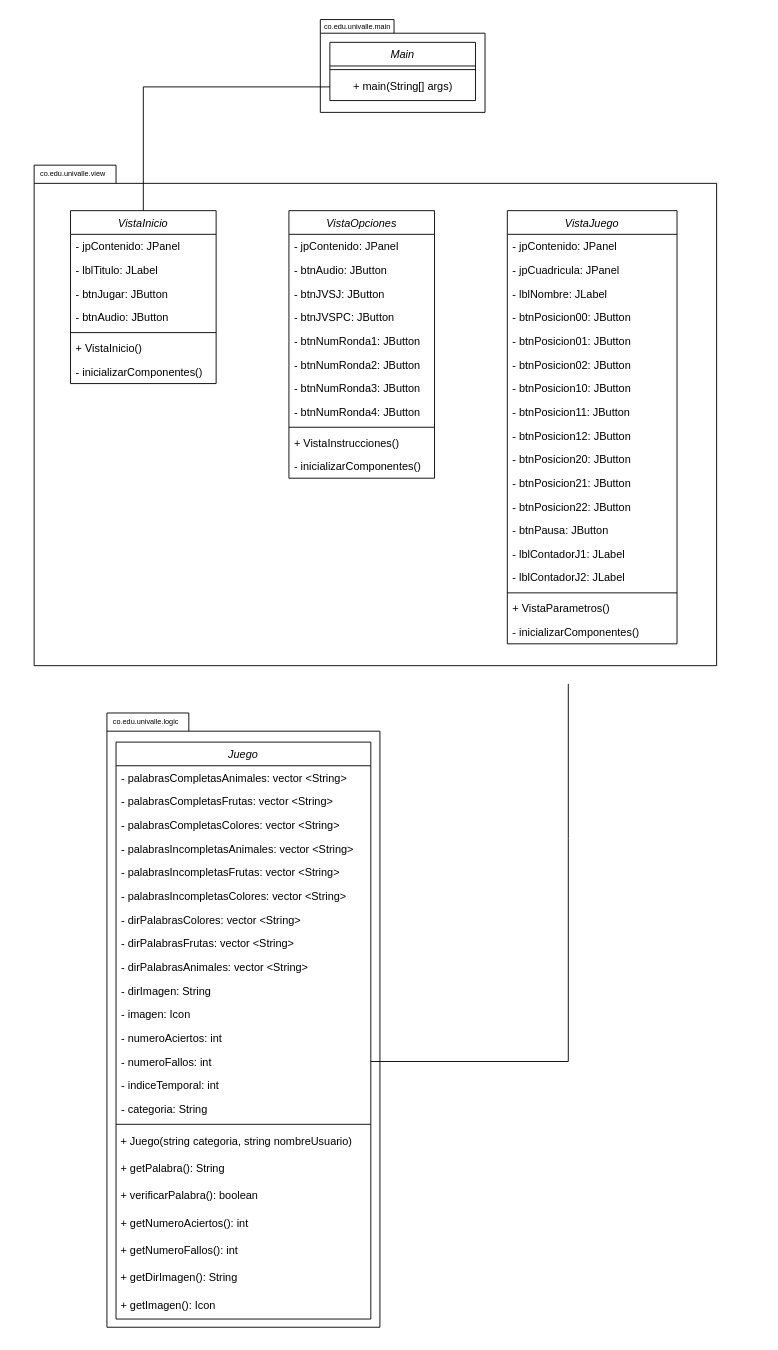
Earlier version of the draw.io diagram Class Diagram - MiniProyecto2FPOE.drawio (puyojulian/MiniProyecto2FPOE). Source tidied: cells renumbered, new cells numbered last; positions are measured from the earlier drawing's top-left corner, leaving out a move shared by most shapes. Both pictures are drawn from the tidied source at 91%, with x=0, y=0 at pixel (34, 15).
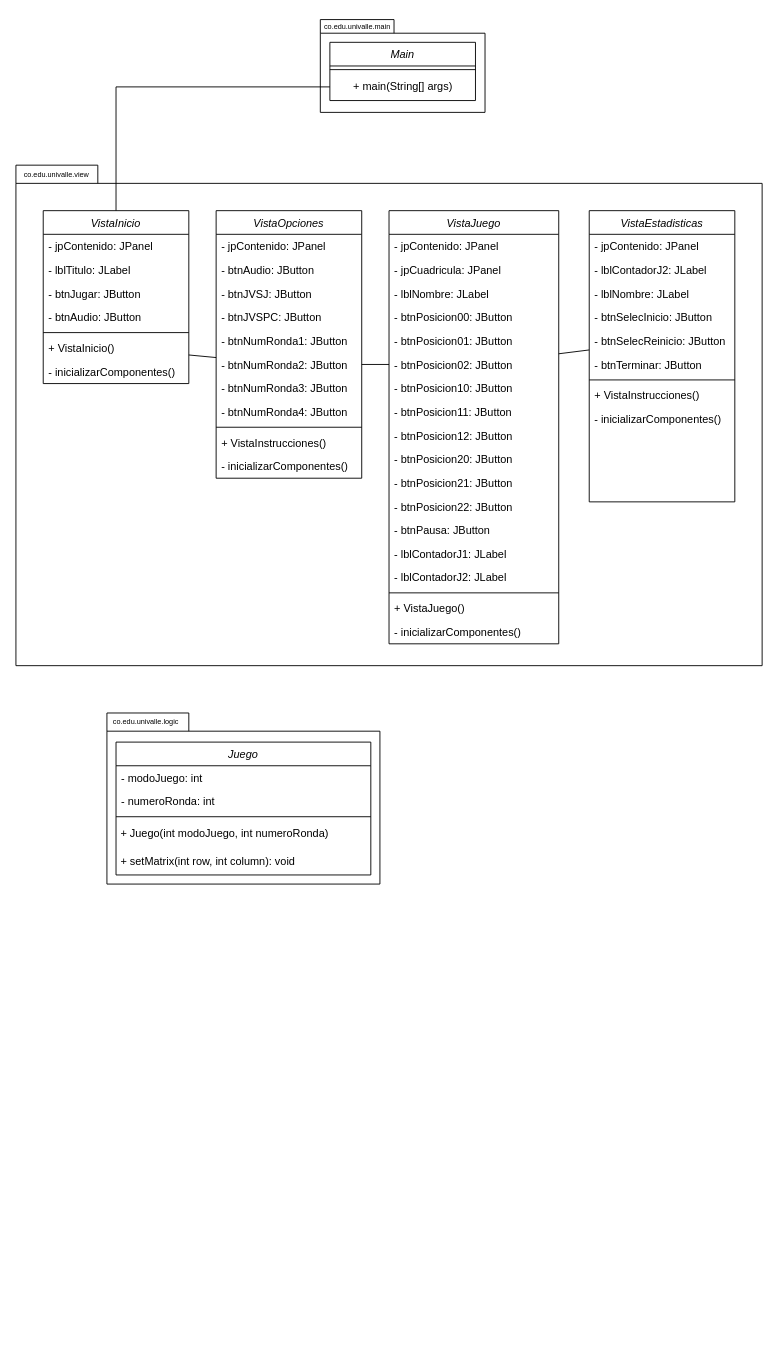
Above is the later version.

Commit message:
Update Class Diagram - Definición de clase Juego comenzada y Vista Estadísticas, creada. Parametros iniciales establecidos para escritura en proyecto.

The change refers to these unchanged cells:
```xml
<mxCell id="7" value="+ main(String[] args)" style="text;html=1;align=center;verticalAlign=middle;points=[];strokeColor=none;fillColor=none;" parent="5" vertex="1">
  <mxGeometry y="34" width="160" height="30" as="geometry" />
</mxCell>
<mxCell id="14" value="- btnNumRonda2: JButton" style="text;align=left;verticalAlign=top;spacingLeft=4;spacingRight=4;overflow=hidden;points=[[0,0.5],[1,0.5]];portConstraint=eastwest;rounded=0;shadow=0;html=0;" parent="8" vertex="1">
  <mxGeometry y="156" width="160" height="26" as="geometry" />
</mxCell>
<mxCell id="50" value="+ VistaInicio()" style="text;align=left;verticalAlign=top;spacingLeft=4;spacingRight=4;overflow=hidden;points=[[0,0.5],[1,0.5]];portConstraint=eastwest;" parent="44" vertex="1">
  <mxGeometry y="138" width="160" height="26" as="geometry" />
</mxCell>
<mxCell id="58" value="- btnPosicion02: JButton" style="text;align=left;verticalAlign=top;spacingLeft=4;spacingRight=4;overflow=hidden;points=[[0,0.5],[1,0.5]];portConstraint=eastwest;rounded=0;shadow=0;html=0;" parent="52" vertex="1">
  <mxGeometry y="156" width="186.5" height="26" as="geometry" />
</mxCell>
```

Diff of the diagram source:
```diff
@@
     <mxCell id="3" style="shape=folder;fontStyle=1;spacingTop=10;tabWidth=90;tabHeight=20;tabPosition=left;html=1;whiteSpace=wrap;" parent="1" vertex="1">
-      <mxGeometry x="80" y="766" width="300" height="675" as="geometry" />
+      <mxGeometry x="80" y="766" width="300" height="188" as="geometry" />
     </mxCell>
     <mxCell id="4" style="shape=folder;fontStyle=1;spacingTop=10;tabWidth=90;tabHeight=20;tabPosition=left;html=1;whiteSpace=wrap;" parent="1" vertex="1">
-      <mxGeometry y="164" width="750" height="550" as="geometry" />
+      <mxGeometry x="-20" y="164" width="820" height="550" as="geometry" />
     </mxCell>
@@
     <mxCell id="8" value="VistaOpciones" style="swimlane;fontStyle=2;align=center;verticalAlign=top;horizontal=1;startSize=26;rounded=0;shadow=0;strokeWidth=1;" parent="1" vertex="1">
-      <mxGeometry x="280" y="214" width="160" height="294" as="geometry" />
+      <mxGeometry x="200" y="214" width="160" height="294" as="geometry" />
     </mxCell>
@@
     <mxCell id="20" value="Juego" style="swimlane;fontStyle=2;align=center;verticalAlign=top;horizontal=1;startSize=26;rounded=0;shadow=0;strokeWidth=1;" parent="1" vertex="1">
-      <mxGeometry x="90" y="798" width="280" height="634" as="geometry" />
+      <mxGeometry x="90" y="798" width="280" height="146" as="geometry" />
     </mxCell>
-    <mxCell id="21" value="- palabrasCompletasAnimales: vector &lt;String&gt;" style="text;align=left;verticalAlign=top;spacingLeft=4;spacingRight=4;overflow=hidden;" parent="20" vertex="1">
-      <mxGeometry y="26" width="280" height="26" as="geometry" />
-    </mxCell>
-    <mxCell id="22" value="- palabrasCompletasFrutas: vector &lt;String&gt;" style="text;align=left;verticalAlign=top;spacingLeft=4;spacingRight=4;overflow=hidden;" parent="20" vertex="1">
-      <mxGeometry y="52" width="280" height="26" as="geometry" />
-    </mxCell>
-    <mxCell id="23" value="- palabrasCompletasColores: vector &lt;String&gt;" style="text;align=left;verticalAlign=top;spacingLeft=4;spacingRight=4;overflow=hidden;" parent="20" vertex="1">
-      <mxGeometry y="78" width="280" height="26" as="geometry" />
-    </mxCell>
-    <mxCell id="24" value="- palabrasIncompletasAnimales: vector &lt;String&gt;" style="text;align=left;verticalAlign=top;spacingLeft=4;spacingRight=4;overflow=hidden;" parent="20" vertex="1">
-      <mxGeometry y="104" width="280" height="26" as="geometry" />
-    </mxCell>
-    <mxCell id="25" value="- palabrasIncompletasFrutas: vector &lt;String&gt;" style="text;align=left;verticalAlign=top;spacingLeft=4;spacingRight=4;overflow=hidden;" parent="20" vertex="1">
-      <mxGeometry y="130" width="280" height="26" as="geometry" />
-    </mxCell>
-    <mxCell id="26" value="- palabrasIncompletasColores: vector &lt;String&gt;" style="text;align=left;verticalAlign=top;spacingLeft=4;spacingRight=4;overflow=hidden;" parent="20" vertex="1">
-      <mxGeometry y="156" width="280" height="26" as="geometry" />
-    </mxCell>
-    <mxCell id="27" value="- dirPalabrasColores: vector &lt;String&gt;" style="text;align=left;verticalAlign=top;spacingLeft=4;spacingRight=4;overflow=hidden;" parent="20" vertex="1">
-      <mxGeometry y="182" width="280" height="26" as="geometry" />
-    </mxCell>
-    <mxCell id="28" value="- dirPalabrasFrutas: vector &lt;String&gt;" style="text;align=left;verticalAlign=top;spacingLeft=4;spacingRight=4;overflow=hidden;" parent="20" vertex="1">
-      <mxGeometry y="208" width="280" height="26" as="geometry" />
-    </mxCell>
-    <mxCell id="29" value="- dirPalabrasAnimales: vector &lt;String&gt;" style="text;align=left;verticalAlign=top;spacingLeft=4;spacingRight=4;overflow=hidden;" parent="20" vertex="1">
-      <mxGeometry y="234" width="280" height="26" as="geometry" />
-    </mxCell>
-    <mxCell id="30" value="- dirImagen: String" style="text;align=left;verticalAlign=top;spacingLeft=4;spacingRight=4;overflow=hidden;" parent="20" vertex="1">
-      <mxGeometry y="260" width="280" height="26" as="geometry" />
-    </mxCell>
-    <mxCell id="31" value="- imagen: Icon" style="text;align=left;verticalAlign=top;spacingLeft=4;spacingRight=4;overflow=hidden;" parent="20" vertex="1">
-      <mxGeometry y="286" width="280" height="26" as="geometry" />
-    </mxCell>
-    <mxCell id="32" value="- numeroAciertos: int" style="text;align=left;verticalAlign=top;spacingLeft=4;spacingRight=4;overflow=hidden;" parent="20" vertex="1">
-      <mxGeometry y="312" width="280" height="26" as="geometry" />
+    <mxCell id="32" value="- modoJuego: int" style="text;align=left;verticalAlign=top;spacingLeft=4;spacingRight=4;overflow=hidden;" parent="20" vertex="1">
+      <mxGeometry y="26" width="280" height="26" as="geometry" />
     </mxCell>
-    <mxCell id="33" value="- numeroFallos: int" style="text;align=left;verticalAlign=top;spacingLeft=4;spacingRight=4;overflow=hidden;points=[[0,0.5],[1,0.5]];portConstraint=eastwest;" parent="20" vertex="1">
-      <mxGeometry y="338" width="280" height="26" as="geometry" />
+    <mxCell id="33" value="- numeroRonda: int" style="text;align=left;verticalAlign=top;spacingLeft=4;spacingRight=4;overflow=hidden;points=[[0,0.5],[1,0.5]];portConstraint=eastwest;" parent="20" vertex="1">
+      <mxGeometry y="52" width="280" height="26" as="geometry" />
     </mxCell>
-    <mxCell id="34" value="- indiceTemporal: int" style="text;align=left;verticalAlign=top;spacingLeft=4;spacingRight=4;overflow=hidden;" parent="20" vertex="1">
-      <mxGeometry y="364" width="280" height="26" as="geometry" />
-    </mxCell>
-    <mxCell id="35" value="- categoria: String" style="text;align=left;verticalAlign=top;spacingLeft=4;spacingRight=4;overflow=hidden;" parent="20" vertex="1">
-      <mxGeometry y="390" width="280" height="26" as="geometry" />
-    </mxCell>
     <mxCell id="36" style="line;html=1;strokeWidth=1;align=left;verticalAlign=middle;spacingTop=-1;spacingLeft=3;spacingRight=3;labelPosition=right;" parent="20" vertex="1">
-      <mxGeometry y="416" width="280" height="8" as="geometry" />
+      <mxGeometry y="78" width="280" height="8" as="geometry" />
     </mxCell>
-    <mxCell id="37" value="&amp;nbsp;+ Juego(string categoria, string nombreUsuario)" style="text;html=1;align=left;verticalAlign=middle;strokeColor=none;fillColor=none;" parent="20" vertex="1">
-      <mxGeometry y="424" width="280" height="30" as="geometry" />
+    <mxCell id="37" value="&amp;nbsp;+ Juego(int modoJuego, int numeroRonda)" style="text;html=1;align=left;verticalAlign=middle;strokeColor=none;fillColor=none;" parent="20" vertex="1">
+      <mxGeometry y="86" width="280" height="30" as="geometry" />
     </mxCell>
-    <mxCell id="38" value="&amp;nbsp;+ getPalabra(): String" style="text;html=1;align=left;verticalAlign=middle;strokeColor=none;fillColor=none;" parent="20" vertex="1">
-      <mxGeometry y="454" width="280" height="30" as="geometry" />
+    <mxCell id="38" value="&amp;nbsp;+ setMatrix(int row, int column): void" style="text;html=1;align=left;verticalAlign=middle;strokeColor=none;fillColor=none;" parent="20" vertex="1">
+      <mxGeometry y="116" width="280" height="30" as="geometry" />
     </mxCell>
-    <mxCell id="39" value="&amp;nbsp;+ verificarPalabra(): boolean" style="text;html=1;align=left;verticalAlign=middle;strokeColor=none;fillColor=none;" parent="20" vertex="1">
-      <mxGeometry y="484" width="280" height="30" as="geometry" />
-    </mxCell>
-    <mxCell id="40" value="&amp;nbsp;+ getNumeroAciertos(): int" style="text;html=1;align=left;verticalAlign=middle;strokeColor=none;fillColor=none;" parent="20" vertex="1">
-      <mxGeometry y="514" width="280" height="30" as="geometry" />
-    </mxCell>
-    <mxCell id="41" value="&amp;nbsp;+ getNumeroFallos(): int" style="text;html=1;align=left;verticalAlign=middle;strokeColor=none;fillColor=none;" parent="20" vertex="1">
-      <mxGeometry y="544" width="280" height="30" as="geometry" />
-    </mxCell>
-    <mxCell id="42" value="&amp;nbsp;+ getDirImagen(): String" style="text;html=1;align=left;verticalAlign=middle;strokeColor=none;fillColor=none;" parent="20" vertex="1">
-      <mxGeometry y="574" width="280" height="30" as="geometry" />
-    </mxCell>
-    <mxCell id="43" value="&amp;nbsp;+ getImagen(): Icon" style="text;html=1;align=left;verticalAlign=middle;strokeColor=none;fillColor=none;" parent="20" vertex="1">
-      <mxGeometry y="604" width="280" height="30" as="geometry" />
-    </mxCell>
     <mxCell id="44" value="VistaInicio" style="swimlane;fontStyle=2;align=center;verticalAlign=top;horizontal=1;startSize=26;rounded=0;shadow=0;strokeWidth=1;" parent="1" vertex="1">
-      <mxGeometry x="40" y="214" width="160" height="190" as="geometry" />
+      <mxGeometry x="10" y="214" width="160" height="190" as="geometry" />
     </mxCell>
@@
     <mxCell id="52" value="VistaJuego" style="swimlane;fontStyle=2;align=center;verticalAlign=top;horizontal=1;startSize=26;rounded=0;shadow=0;strokeWidth=1;" parent="1" vertex="1">
-      <mxGeometry x="520" y="214" width="186.5" height="476" as="geometry" />
+      <mxGeometry x="390" y="214" width="186.5" height="476" as="geometry" />
     </mxCell>
@@
-    <mxCell id="69" value="+ VistaParametros()" style="text;align=left;verticalAlign=top;spacingLeft=4;spacingRight=4;overflow=hidden;" parent="52" vertex="1">
+    <mxCell id="69" value="+ VistaJuego()" style="text;align=left;verticalAlign=top;spacingLeft=4;spacingRight=4;overflow=hidden;" parent="52" vertex="1">
       <mxGeometry y="424" width="186.5" height="26" as="geometry" />
     </mxCell>
@@
-    <mxCell id="71" style="endArrow=none;html=1;rounded=0;" parent="1" edge="1" source="33">
-      <mxGeometry relative="1" as="geometry">
-        <mxPoint x="587" y="734" as="targetPoint" />
-        <Array as="points">
-          <mxPoint x="587" y="1149" />
-          <mxPoint x="587" y="904" />
-        </Array>
-      </mxGeometry>
-    </mxCell>
@@
     <mxCell id="73" value="&lt;font style=&quot;font-size: 8px;&quot;&gt;co.edu.univalle.view&lt;/font&gt;" style="text;html=1;align=left;verticalAlign=bottom;strokeColor=none;fillColor=none;fontSize=8;" parent="1" vertex="1">
-      <mxGeometry x="5" y="161" width="100" height="20" as="geometry" />
+      <mxGeometry x="-13" y="162" width="100" height="20" as="geometry" />
     </mxCell>
@@
     <mxCell id="76" style="endArrow=none;html=1;rounded=0;" parent="1" edge="1" source="44" target="7">
       <mxGeometry relative="1" as="geometry">
         <Array as="points">
-          <mxPoint x="120" y="78" />
+          <mxPoint x="90" y="78" />
         </Array>
       </mxGeometry>
     </mxCell>
+    <mxCell id="77" value="VistaEstadisticas" style="swimlane;fontStyle=2;align=center;verticalAlign=top;horizontal=1;startSize=26;rounded=0;shadow=0;strokeWidth=1;" parent="1" vertex="1">
+      <mxGeometry x="610" y="214" width="160" height="320" as="geometry" />
+    </mxCell>
+    <mxCell id="78" value="- jpContenido: JPanel" style="text;align=left;verticalAlign=top;spacingLeft=4;spacingRight=4;overflow=hidden;" parent="77" vertex="1">
+      <mxGeometry y="26" width="160" height="26" as="geometry" />
+    </mxCell>
+    <mxCell id="79" value="- lblContadorJ2: JLabel" style="text;align=left;verticalAlign=top;spacingLeft=4;spacingRight=4;overflow=hidden;" parent="77" vertex="1">
+      <mxGeometry y="52" width="160" height="26" as="geometry" />
+    </mxCell>
+    <mxCell id="80" value="- lblNombre: JLabel" style="text;align=left;verticalAlign=top;spacingLeft=4;spacingRight=4;overflow=hidden;" parent="77" vertex="1">
+      <mxGeometry y="78" width="160" height="26" as="geometry" />
+    </mxCell>
+    <mxCell id="81" value="- btnSelecInicio: JButton" style="text;align=left;verticalAlign=top;spacingLeft=4;spacingRight=4;overflow=hidden;rounded=0;shadow=0;html=0;" parent="77" vertex="1">
+      <mxGeometry y="104" width="160" height="26" as="geometry" />
+    </mxCell>
+    <mxCell id="82" value="- btnSelecReinicio: JButton" style="text;align=left;verticalAlign=top;spacingLeft=4;spacingRight=4;overflow=hidden;points=[[0,0.5],[1,0.5]];portConstraint=eastwest;rounded=0;shadow=0;html=0;" parent="77" vertex="1">
+      <mxGeometry y="130" width="160" height="26" as="geometry" />
+    </mxCell>
+    <mxCell id="83" value="- btnTerminar: JButton" style="text;align=left;verticalAlign=top;spacingLeft=4;spacingRight=4;overflow=hidden;rounded=0;shadow=0;html=0;" parent="77" vertex="1">
+      <mxGeometry y="156" width="160" height="26" as="geometry" />
+    </mxCell>
+    <mxCell id="84" style="line;html=1;strokeWidth=1;align=left;verticalAlign=middle;spacingTop=-1;spacingLeft=3;spacingRight=3;labelPosition=right;" parent="77" vertex="1">
+      <mxGeometry y="182" width="160" height="8" as="geometry" />
+    </mxCell>
+    <mxCell id="85" value="+ VistaInstrucciones()" style="text;align=left;verticalAlign=top;spacingLeft=4;spacingRight=4;overflow=hidden;" parent="77" vertex="1">
+      <mxGeometry y="190" width="160" height="26" as="geometry" />
+    </mxCell>
+    <mxCell id="86" value="- inicializarComponentes()" style="text;align=left;verticalAlign=top;spacingLeft=4;spacingRight=4;overflow=hidden;" parent="77" vertex="1">
+      <mxGeometry y="216" width="160" height="26" as="geometry" />
+    </mxCell>
+    <mxCell id="87" style="endArrow=none;html=1;rounded=0;" parent="1" edge="1" source="50" target="14">
+      <mxGeometry relative="1" as="geometry" />
+    </mxCell>
+    <mxCell id="88" style="endArrow=none;html=1;rounded=0;" parent="1" edge="1" source="14" target="58">
+      <mxGeometry relative="1" as="geometry" />
+    </mxCell>
+    <mxCell id="89" style="endArrow=none;html=1;rounded=0;" parent="1" edge="1" source="58" target="82">
+      <mxGeometry relative="1" as="geometry" />
+    </mxCell>
```
